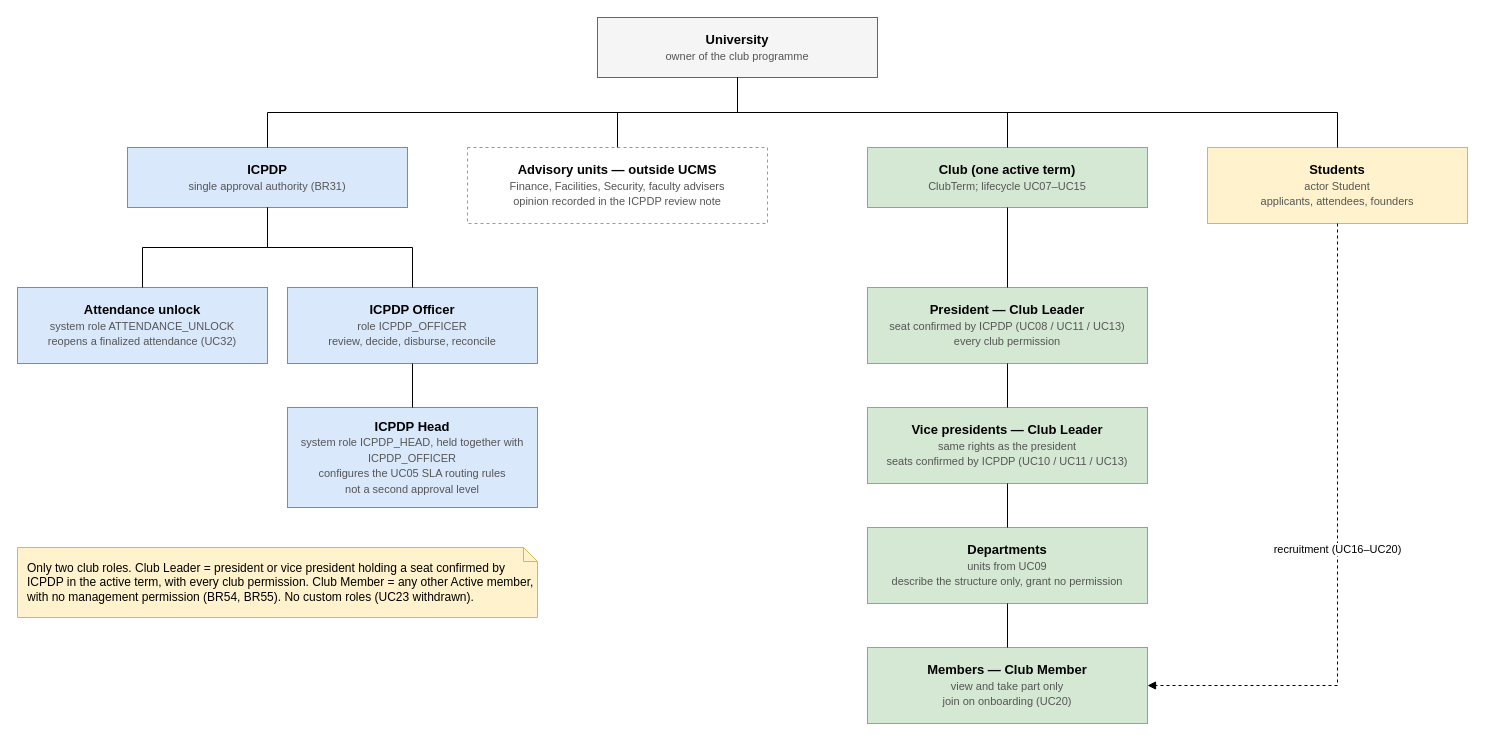
The draw.io diagram page "Organization structure" (1 of 2) of docs/03-diagrams/UCMS_Organization_and_Flows.drawio in nvdekay/ClubManagementSystem, before the edit. Source tidied: cells renumbered, new cells numbered last; positions are measured from the earlier drawing's top-left corner, leaving out a move shared by most shapes. Both pictures are drawn from the tidied source at 100%, with x=0, y=0 at pixel (17, 17).
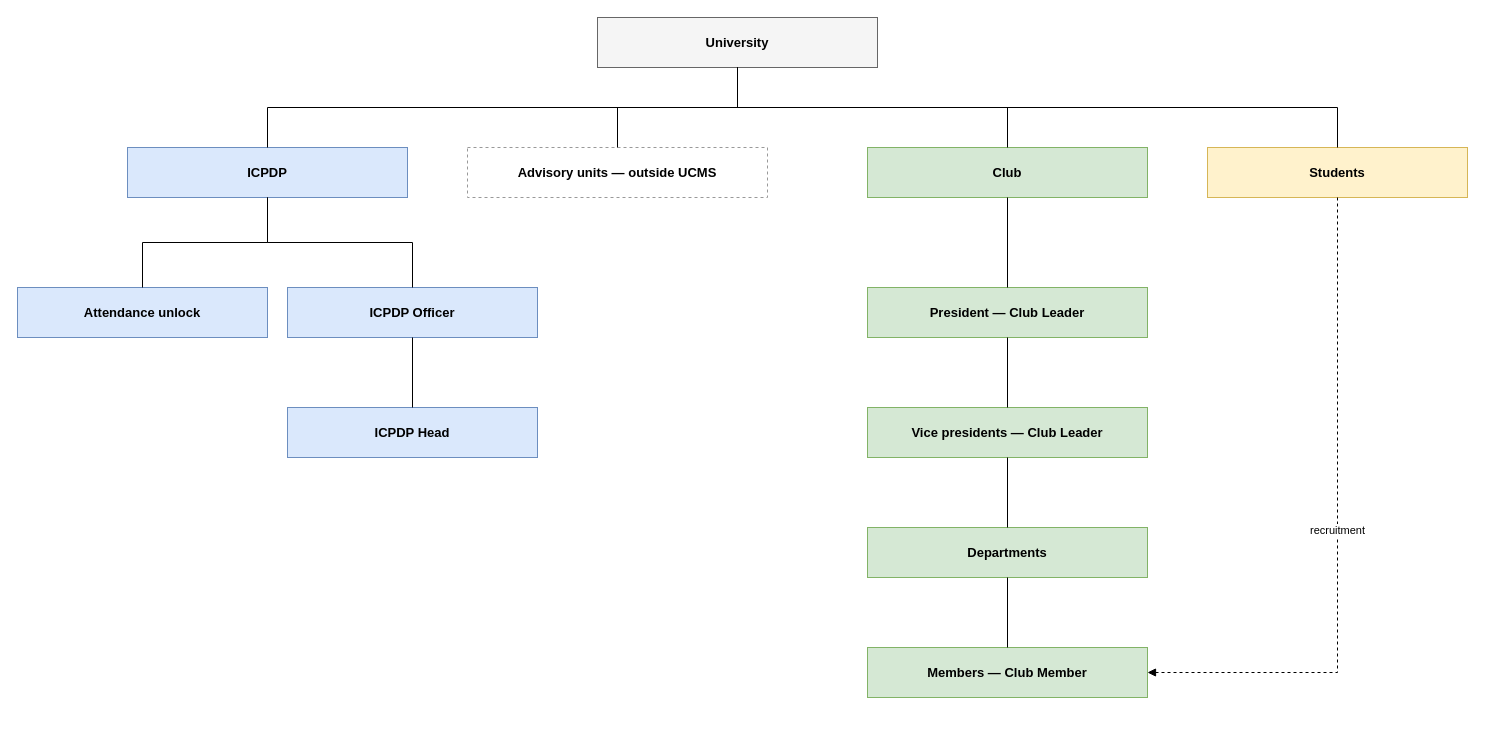
The same page after the edit.

Commit message (it also covers changes not shown here):
docs(diagrams): keep only block names in the organization structure

Change to the diagram source:
```diff
@@
-    <mxCell id="2" value="&lt;b&gt;University&lt;/b&gt;&lt;br&gt;&lt;font style=&quot;font-size:11px&quot; color=&quot;#555555&quot;&gt;owner of the club programme&lt;/font&gt;" style="rounded=0;whiteSpace=wrap;html=1;fillColor=#f5f5f5;strokeColor=#666666;fontSize=13;" parent="1" vertex="1">
-      <mxGeometry x="580" width="280" height="60" as="geometry" />
+    <mxCell id="2" value="&lt;b&gt;University&lt;/b&gt;" style="rounded=0;whiteSpace=wrap;html=1;fillColor=#f5f5f5;strokeColor=#666666;fontSize=13;" parent="1" vertex="1">
+      <mxGeometry x="580" width="280" height="50" as="geometry" />
     </mxCell>
-    <mxCell id="3" value="&lt;b&gt;ICPDP&lt;/b&gt;&lt;br&gt;&lt;font style=&quot;font-size:11px&quot; color=&quot;#555555&quot;&gt;single approval authority (BR31)&lt;/font&gt;" style="rounded=0;whiteSpace=wrap;html=1;fillColor=#dae8fc;strokeColor=#6c8ebf;fontSize=13;" parent="1" vertex="1">
-      <mxGeometry x="110" y="130" width="280" height="60" as="geometry" />
+    <mxCell id="3" value="&lt;b&gt;ICPDP&lt;/b&gt;" style="rounded=0;whiteSpace=wrap;html=1;fillColor=#dae8fc;strokeColor=#6c8ebf;fontSize=13;" parent="1" vertex="1">
+      <mxGeometry x="110" y="130" width="280" height="50" as="geometry" />
     </mxCell>
-    <mxCell id="4" value="&lt;b&gt;Advisory units — outside UCMS&lt;/b&gt;&lt;br&gt;&lt;font style=&quot;font-size:11px&quot; color=&quot;#555555&quot;&gt;Finance, Facilities, Security, faculty advisers&lt;br&gt;opinion recorded in the ICPDP review note&lt;/font&gt;" style="rounded=0;whiteSpace=wrap;html=1;fillColor=#ffffff;strokeColor=#999999;dashed=1;fontSize=13;" parent="1" vertex="1">
-      <mxGeometry x="450" y="130" width="300" height="76" as="geometry" />
+    <mxCell id="4" value="&lt;b&gt;Advisory units — outside UCMS&lt;/b&gt;" style="rounded=0;whiteSpace=wrap;html=1;fillColor=#ffffff;strokeColor=#999999;dashed=1;fontSize=13;" parent="1" vertex="1">
+      <mxGeometry x="450" y="130" width="300" height="50" as="geometry" />
     </mxCell>
-    <mxCell id="5" value="&lt;b&gt;Club (one active term)&lt;/b&gt;&lt;br&gt;&lt;font style=&quot;font-size:11px&quot; color=&quot;#555555&quot;&gt;ClubTerm; lifecycle UC07–UC15&lt;/font&gt;" style="rounded=0;whiteSpace=wrap;html=1;fillColor=#d5e8d4;strokeColor=#82b366;fontSize=13;" parent="1" vertex="1">
-      <mxGeometry x="850" y="130" width="280" height="60" as="geometry" />
+    <mxCell id="5" value="&lt;b&gt;Club&lt;/b&gt;" style="rounded=0;whiteSpace=wrap;html=1;fillColor=#d5e8d4;strokeColor=#82b366;fontSize=13;" parent="1" vertex="1">
+      <mxGeometry x="850" y="130" width="280" height="50" as="geometry" />
     </mxCell>
-    <mxCell id="6" value="&lt;b&gt;Students&lt;/b&gt;&lt;br&gt;&lt;font style=&quot;font-size:11px&quot; color=&quot;#555555&quot;&gt;actor Student&lt;br&gt;applicants, attendees, founders&lt;/font&gt;" style="rounded=0;whiteSpace=wrap;html=1;fillColor=#fff2cc;strokeColor=#d6b656;fontSize=13;" parent="1" vertex="1">
-      <mxGeometry x="1190" y="130" width="260" height="76" as="geometry" />
+    <mxCell id="6" value="&lt;b&gt;Students&lt;/b&gt;" style="rounded=0;whiteSpace=wrap;html=1;fillColor=#fff2cc;strokeColor=#d6b656;fontSize=13;" parent="1" vertex="1">
+      <mxGeometry x="1190" y="130" width="260" height="50" as="geometry" />
     </mxCell>
-    <mxCell id="7" value="&lt;b&gt;Attendance unlock&lt;/b&gt;&lt;br&gt;&lt;font style=&quot;font-size:11px&quot; color=&quot;#555555&quot;&gt;system role ATTENDANCE_UNLOCK&lt;br&gt;reopens a finalized attendance (UC32)&lt;/font&gt;" style="rounded=0;whiteSpace=wrap;html=1;fillColor=#dae8fc;strokeColor=#6c8ebf;fontSize=13;" parent="1" vertex="1">
-      <mxGeometry y="270" width="250" height="76" as="geometry" />
+    <mxCell id="7" value="&lt;b&gt;Attendance unlock&lt;/b&gt;" style="rounded=0;whiteSpace=wrap;html=1;fillColor=#dae8fc;strokeColor=#6c8ebf;fontSize=13;" parent="1" vertex="1">
+      <mxGeometry y="270" width="250" height="50" as="geometry" />
     </mxCell>
-    <mxCell id="8" value="&lt;b&gt;ICPDP Officer&lt;/b&gt;&lt;br&gt;&lt;font style=&quot;font-size:11px&quot; color=&quot;#555555&quot;&gt;role ICPDP_OFFICER&lt;br&gt;review, decide, disburse, reconcile&lt;/font&gt;" style="rounded=0;whiteSpace=wrap;html=1;fillColor=#dae8fc;strokeColor=#6c8ebf;fontSize=13;" parent="1" vertex="1">
-      <mxGeometry x="270" y="270" width="250" height="76" as="geometry" />
+    <mxCell id="8" value="&lt;b&gt;ICPDP Officer&lt;/b&gt;" style="rounded=0;whiteSpace=wrap;html=1;fillColor=#dae8fc;strokeColor=#6c8ebf;fontSize=13;" parent="1" vertex="1">
+      <mxGeometry x="270" y="270" width="250" height="50" as="geometry" />
     </mxCell>
-    <mxCell id="9" value="&lt;b&gt;President — Club Leader&lt;/b&gt;&lt;br&gt;&lt;font style=&quot;font-size:11px&quot; color=&quot;#555555&quot;&gt;seat confirmed by ICPDP (UC08 / UC11 / UC13)&lt;br&gt;every club permission&lt;/font&gt;" style="rounded=0;whiteSpace=wrap;html=1;fillColor=#d5e8d4;strokeColor=#82b366;fontSize=13;" parent="1" vertex="1">
-      <mxGeometry x="850" y="270" width="280" height="76" as="geometry" />
+    <mxCell id="9" value="&lt;b&gt;President — Club Leader&lt;/b&gt;" style="rounded=0;whiteSpace=wrap;html=1;fillColor=#d5e8d4;strokeColor=#82b366;fontSize=13;" parent="1" vertex="1">
+      <mxGeometry x="850" y="270" width="280" height="50" as="geometry" />
     </mxCell>
-    <mxCell id="10" value="&lt;b&gt;Vice presidents — Club Leader&lt;/b&gt;&lt;br&gt;&lt;font style=&quot;font-size:11px&quot; color=&quot;#555555&quot;&gt;same rights as the president&lt;br&gt;seats confirmed by ICPDP (UC10 / UC11 / UC13)&lt;/font&gt;" style="rounded=0;whiteSpace=wrap;html=1;fillColor=#d5e8d4;strokeColor=#82b366;fontSize=13;" parent="1" vertex="1">
-      <mxGeometry x="850" y="390" width="280" height="76" as="geometry" />
+    <mxCell id="10" value="&lt;b&gt;Vice presidents — Club Leader&lt;/b&gt;" style="rounded=0;whiteSpace=wrap;html=1;fillColor=#d5e8d4;strokeColor=#82b366;fontSize=13;" parent="1" vertex="1">
+      <mxGeometry x="850" y="390" width="280" height="50" as="geometry" />
     </mxCell>
-    <mxCell id="11" value="&lt;b&gt;Departments&lt;/b&gt;&lt;br&gt;&lt;font style=&quot;font-size:11px&quot; color=&quot;#555555&quot;&gt;units from UC09&lt;br&gt;describe the structure only, grant no permission&lt;/font&gt;" style="rounded=0;whiteSpace=wrap;html=1;fillColor=#d5e8d4;strokeColor=#82b366;fontSize=13;" parent="1" vertex="1">
-      <mxGeometry x="850" y="510" width="280" height="76" as="geometry" />
+    <mxCell id="11" value="&lt;b&gt;Departments&lt;/b&gt;" style="rounded=0;whiteSpace=wrap;html=1;fillColor=#d5e8d4;strokeColor=#82b366;fontSize=13;" parent="1" vertex="1">
+      <mxGeometry x="850" y="510" width="280" height="50" as="geometry" />
     </mxCell>
-    <mxCell id="12" value="&lt;b&gt;Members — Club Member&lt;/b&gt;&lt;br&gt;&lt;font style=&quot;font-size:11px&quot; color=&quot;#555555&quot;&gt;view and take part only&lt;br&gt;join on onboarding (UC20)&lt;/font&gt;" style="rounded=0;whiteSpace=wrap;html=1;fillColor=#d5e8d4;strokeColor=#82b366;fontSize=13;" parent="1" vertex="1">
-      <mxGeometry x="850" y="630" width="280" height="76" as="geometry" />
+    <mxCell id="12" value="&lt;b&gt;Members — Club Member&lt;/b&gt;" style="rounded=0;whiteSpace=wrap;html=1;fillColor=#d5e8d4;strokeColor=#82b366;fontSize=13;" parent="1" vertex="1">
+      <mxGeometry x="850" y="630" width="280" height="50" as="geometry" />
     </mxCell>
@@
-    <mxCell id="23" value="recruitment (UC16–UC20)" style="endArrow=block;endFill=1;html=1;rounded=0;fontSize=11;labelBackgroundColor=#ffffff;dashed=1;exitX=0.5;exitY=1;entryX=1;entryY=0.5;" parent="1" edge="1" source="6" target="12">
+    <mxCell id="23" value="recruitment" style="endArrow=block;endFill=1;html=1;rounded=0;fontSize=11;labelBackgroundColor=#ffffff;dashed=1;exitX=0.5;exitY=1;entryX=1;entryY=0.5;" parent="1" edge="1" source="6" target="12">
       <mxGeometry relative="1" as="geometry">
         <Array as="points">
-          <mxPoint x="1320" y="668" />
+          <mxPoint x="1320" y="655" />
         </Array>
       </mxGeometry>
     </mxCell>
-    <mxCell id="24" value="&lt;b&gt;ICPDP Head&lt;/b&gt;&lt;br&gt;&lt;font style=&quot;font-size:11px&quot; color=&quot;#555555&quot;&gt;system role ICPDP_HEAD, held together with ICPDP_OFFICER&lt;br&gt;configures the UC05 SLA routing rules&lt;br&gt;not a second approval level&lt;/font&gt;" style="rounded=0;whiteSpace=wrap;html=1;fillColor=#dae8fc;strokeColor=#6c8ebf;fontSize=13;" parent="1" vertex="1">
-      <mxGeometry x="270" y="390" width="250" height="100" as="geometry" />
+    <mxCell id="24" value="&lt;b&gt;ICPDP Head&lt;/b&gt;" style="rounded=0;whiteSpace=wrap;html=1;fillColor=#dae8fc;strokeColor=#6c8ebf;fontSize=13;" parent="1" vertex="1">
+      <mxGeometry x="270" y="390" width="250" height="50" as="geometry" />
     </mxCell>
@@
-    <mxCell id="26" value="Only two club roles. Club Leader = president or vice president holding a seat confirmed by ICPDP in the active term, with every club permission. Club Member = any other Active member, with no management permission (BR54, BR55). No custom roles (UC23 withdrawn)." style="shape=note;whiteSpace=wrap;html=1;size=14;fillColor=#fff2cc;strokeColor=#d6b656;fontSize=12;align=left;spacingLeft=8;" parent="1" vertex="1">
-      <mxGeometry y="530" width="520" height="70" as="geometry" />
-    </mxCell>
```
